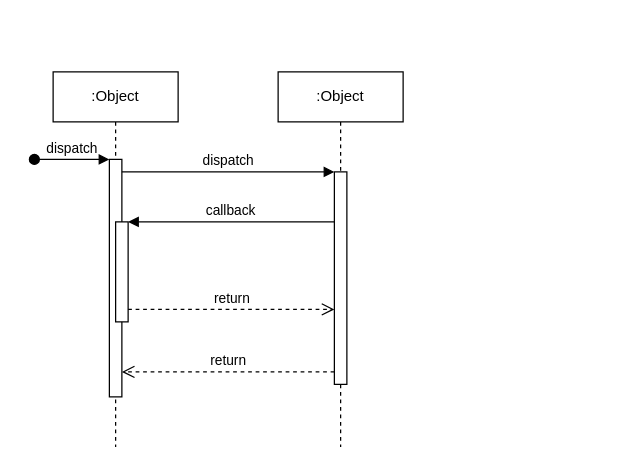
Above: PairingAndUploading-Sequence.drawio in manuel-harsch/draw.io-storage (draw.io), before the change. Source tidied: cells renumbered, new cells numbered last; positions are measured from the earlier drawing's top-left corner, leaving out a move shared by most shapes. Both pictures are drawn from the tidied source at 125%, with x=0, y=0 at pixel (34, 71).
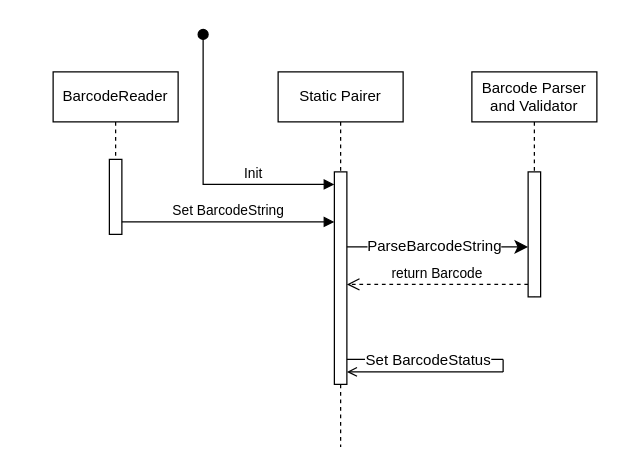
After the change.

Unchanged cells that the change refers to:
```xml
<mxCell id="7" style="html=1;points=[];perimeter=orthogonalPerimeter;outlineConnect=0;targetShapes=umlLifeline;portConstraint=eastwest;newEdgeStyle={&quot;edgeStyle&quot;:&quot;elbowEdgeStyle&quot;,&quot;elbow&quot;:&quot;vertical&quot;,&quot;curved&quot;:0,&quot;rounded&quot;:0};" parent="6" vertex="1">
  <mxGeometry x="45" y="80" width="10" height="170" as="geometry" />
</mxCell>
```

The edit, as a diff of the source:
```diff
@@
-    <mxCell id="2" value=":Object" style="shape=umlLifeline;perimeter=lifelinePerimeter;whiteSpace=wrap;html=1;newEdgeStyle={&quot;edgeStyle&quot;:&quot;elbowEdgeStyle&quot;,&quot;elbow&quot;:&quot;vertical&quot;,&quot;curved&quot;:0,&quot;rounded&quot;:0};" parent="1" vertex="1">
-      <mxGeometry x="15" width="100" height="300" as="geometry" />
+    <mxCell id="2" value="BarcodeReader" style="shape=umlLifeline;perimeter=lifelinePerimeter;whiteSpace=wrap;html=1;newEdgeStyle={&quot;edgeStyle&quot;:&quot;elbowEdgeStyle&quot;,&quot;elbow&quot;:&quot;vertical&quot;,&quot;curved&quot;:0,&quot;rounded&quot;:0};" parent="1" vertex="1">
+      <mxGeometry x="15" width="100" height="130" as="geometry" />
     </mxCell>
     <mxCell id="3" style="html=1;points=[];perimeter=orthogonalPerimeter;outlineConnect=0;targetShapes=umlLifeline;portConstraint=eastwest;newEdgeStyle={&quot;edgeStyle&quot;:&quot;elbowEdgeStyle&quot;,&quot;elbow&quot;:&quot;vertical&quot;,&quot;curved&quot;:0,&quot;rounded&quot;:0};" parent="2" vertex="1">
-      <mxGeometry x="45" y="70" width="10" height="190" as="geometry" />
+      <mxGeometry x="45" y="70" width="10" height="60" as="geometry" />
     </mxCell>
-    <mxCell id="4" value="dispatch" style="html=1;verticalAlign=bottom;startArrow=oval;endArrow=block;startSize=8;edgeStyle=elbowEdgeStyle;elbow=vertical;curved=0;rounded=0;" parent="2" edge="1" target="3">
-      <mxGeometry relative="1" as="geometry">
-        <mxPoint x="-15" y="70" as="sourcePoint" />
-      </mxGeometry>
-    </mxCell>
-    <mxCell id="5" style="html=1;points=[];perimeter=orthogonalPerimeter;outlineConnect=0;targetShapes=umlLifeline;portConstraint=eastwest;newEdgeStyle={&quot;edgeStyle&quot;:&quot;elbowEdgeStyle&quot;,&quot;elbow&quot;:&quot;vertical&quot;,&quot;curved&quot;:0,&quot;rounded&quot;:0};" parent="2" vertex="1">
-      <mxGeometry x="50" y="120" width="10" height="80" as="geometry" />
-    </mxCell>
-    <mxCell id="6" value=":Object" style="shape=umlLifeline;perimeter=lifelinePerimeter;whiteSpace=wrap;html=1;newEdgeStyle={&quot;edgeStyle&quot;:&quot;elbowEdgeStyle&quot;,&quot;elbow&quot;:&quot;vertical&quot;,&quot;curved&quot;:0,&quot;rounded&quot;:0};" parent="1" vertex="1">
+    <mxCell id="6" value="Static Pairer" style="shape=umlLifeline;perimeter=lifelinePerimeter;whiteSpace=wrap;html=1;newEdgeStyle={&quot;edgeStyle&quot;:&quot;elbowEdgeStyle&quot;,&quot;elbow&quot;:&quot;vertical&quot;,&quot;curved&quot;:0,&quot;rounded&quot;:0};" parent="1" vertex="1">
       <mxGeometry x="195" width="100" height="300" as="geometry" />
     </mxCell>
@@
-    <mxCell id="8" value="dispatch" style="html=1;verticalAlign=bottom;endArrow=block;edgeStyle=elbowEdgeStyle;elbow=vertical;curved=0;rounded=0;" parent="1" edge="1" source="3" target="7">
+    <mxCell id="8" value="Set BarcodeString" style="html=1;verticalAlign=bottom;endArrow=block;edgeStyle=elbowEdgeStyle;elbow=vertical;curved=0;rounded=0;" parent="1" edge="1">
       <mxGeometry relative="1" as="geometry">
+        <mxPoint x="70" y="120" as="sourcePoint" />
+        <mxPoint x="240" y="120" as="targetPoint" />
         <Array as="points">
-          <mxPoint x="155" y="80" />
+          <mxPoint x="155" y="120" />
         </Array>
       </mxGeometry>
     </mxCell>
-    <mxCell id="9" value="return" style="html=1;verticalAlign=bottom;endArrow=open;dashed=1;endSize=8;edgeStyle=elbowEdgeStyle;elbow=vertical;curved=0;rounded=0;" parent="1" edge="1" source="7" target="3">
-      <mxGeometry relative="1" as="geometry">
-        <Array as="points">
-          <mxPoint x="165" y="240" />
-        </Array>
-      </mxGeometry>
-    </mxCell>
-    <mxCell id="10" value="callback" style="html=1;verticalAlign=bottom;endArrow=block;edgeStyle=elbowEdgeStyle;elbow=vertical;curved=0;rounded=0;" parent="1" edge="1" source="7" target="5">
-      <mxGeometry relative="1" as="geometry">
-        <Array as="points">
-          <mxPoint x="165" y="120" />
-        </Array>
-      </mxGeometry>
-    </mxCell>
-    <mxCell id="11" value="return" style="html=1;verticalAlign=bottom;endArrow=open;dashed=1;endSize=8;edgeStyle=elbowEdgeStyle;elbow=vertical;curved=0;rounded=0;" parent="1" edge="1" source="5" target="7">
-      <mxGeometry relative="1" as="geometry">
-        <Array as="points">
-          <mxPoint x="155" y="190" />
-        </Array>
-      </mxGeometry>
-    </mxCell>
+    <mxCell id="4" value="Init" style="html=1;verticalAlign=bottom;startArrow=oval;endArrow=block;startSize=8;edgeStyle=elbowEdgeStyle;elbow=vertical;curved=0;rounded=0;" parent="1" edge="1" target="7">
+      <mxGeometry x="0.42" relative="1" as="geometry">
+        <mxPoint x="135" y="-30" as="sourcePoint" />
+        <Array as="points">
+          <mxPoint x="195" y="90" />
+        </Array>
+      </mxGeometry>
+    </mxCell>
+    <mxCell id="12" style="edgeStyle=elbowEdgeStyle;curved=0;rounded=0;jettySize=auto;html=1;elbow=vertical;fontSize=12;startSize=8;endSize=8;" parent="1" edge="1" target="16">
+      <mxGeometry relative="1" as="geometry">
+        <mxPoint x="250" y="140" as="sourcePoint" />
+      </mxGeometry>
+    </mxCell>
+    <mxCell id="13" value="ParseBarcodeString" style="edgeLabel;html=1;align=center;verticalAlign=middle;fontSize=12;" parent="12" vertex="1">
+      <mxGeometry x="0.09" y="1" relative="1" as="geometry">
+        <mxPoint x="-10" as="offset" />
+      </mxGeometry>
+    </mxCell>
+    <mxCell id="14" value="return Barcode" style="html=1;verticalAlign=bottom;endArrow=open;dashed=1;endSize=8;edgeStyle=elbowEdgeStyle;elbow=vertical;curved=0;rounded=0;" parent="1" edge="1" source="16" target="7">
+      <mxGeometry relative="1" as="geometry">
+        <Array as="points">
+          <mxPoint x="320" y="170" />
+        </Array>
+      </mxGeometry>
+    </mxCell>
+    <mxCell id="15" value="Barcode Parser and Validator" style="shape=umlLifeline;perimeter=lifelinePerimeter;whiteSpace=wrap;html=1;newEdgeStyle={&quot;edgeStyle&quot;:&quot;elbowEdgeStyle&quot;,&quot;elbow&quot;:&quot;vertical&quot;,&quot;curved&quot;:0,&quot;rounded&quot;:0};" parent="1" vertex="1">
+      <mxGeometry x="350" width="100" height="180" as="geometry" />
+    </mxCell>
+    <mxCell id="16" style="html=1;points=[];perimeter=orthogonalPerimeter;outlineConnect=0;targetShapes=umlLifeline;portConstraint=eastwest;newEdgeStyle={&quot;edgeStyle&quot;:&quot;elbowEdgeStyle&quot;,&quot;elbow&quot;:&quot;vertical&quot;,&quot;curved&quot;:0,&quot;rounded&quot;:0};" parent="15" vertex="1">
+      <mxGeometry x="45" y="80" width="10" height="100" as="geometry" />
+    </mxCell>
+    <mxCell id="17" style="group;" parent="1" vertex="1">
+      <mxGeometry x="250" y="230" width="125" height="10" as="geometry" />
+    </mxCell>
+    <mxCell id="18" style="html=1;verticalAlign=bottom;endArrow=open;dashed=0;edgeStyle=elbowEdgeStyle;elbow=vertical;curved=0;rounded=0;" parent="17" edge="1">
+      <mxGeometry relative="1" as="geometry">
+        <mxPoint x="125" y="10" as="sourcePoint" />
+        <mxPoint y="10" as="targetPoint" />
+        <Array as="points">
+          <mxPoint x="114.8" y="10" />
+        </Array>
+      </mxGeometry>
+    </mxCell>
+    <mxCell id="19" style="endArrow=none;html=1;rounded=0;fontSize=12;startSize=8;endSize=8;" parent="17" edge="1">
+      <mxGeometry relative="1" as="geometry">
+        <mxPoint as="sourcePoint" />
+        <mxPoint x="125" as="targetPoint" />
+      </mxGeometry>
+    </mxCell>
+    <mxCell id="20" value="Set BarcodeStatus" style="edgeLabel;html=1;align=center;verticalAlign=middle;fontSize=12;" parent="19" vertex="1">
+      <mxGeometry x="0.34" y="-4" relative="1" as="geometry">
+        <mxPoint x="-20" y="-4" as="offset" />
+      </mxGeometry>
+    </mxCell>
+    <mxCell id="21" style="endArrow=none;html=1;rounded=0;fontSize=12;startSize=8;endSize=8;" parent="17" edge="1">
+      <mxGeometry relative="1" as="geometry">
+        <mxPoint x="125" y="10" as="sourcePoint" />
+        <mxPoint x="125" as="targetPoint" />
+      </mxGeometry>
+    </mxCell>
```
